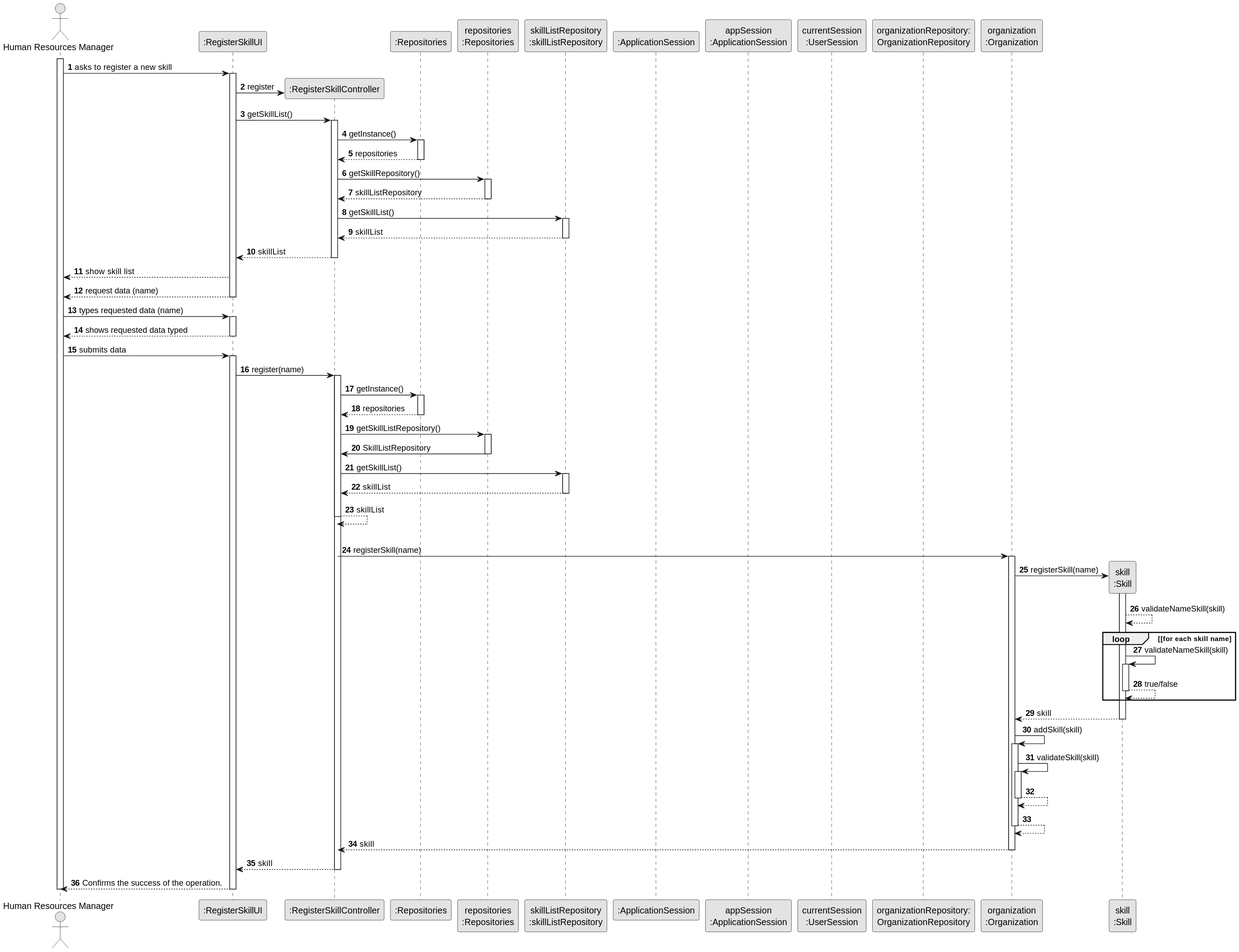
Above: docs/sprintB/us001/03.design/svg/us001-sequence-diagram-full.svg in SAEmanuel/Green_Spaces_Management_ISEP (PlantUML), before the change. The source it was exported from:
```plantuml
@startuml
skinparam monochrome true
skinparam packageStyle rectangle
skinparam shadowing false

autonumber

actor "Human Resources Manager" as HRM
participant ":RegisterSkillUI" as UI
participant ":RegisterSkillController" as CTRL
participant ":Repositories" as RepositorySingleton
participant "repositories\n:Repositories" as PLAT
participant "skillListRepository\n:skillListRepository" as skillRepository
participant ":ApplicationSession" as _APP
participant "appSession\n:ApplicationSession" as APP
participant "currentSession\n:UserSession" as SESSAO
participant "organizationRepository:\nOrganizationRepository" as OrganizationRepository
participant "organization\n:Organization" as ORG
participant "skill\n:Skill" as EMPREGO

activate HRM

        HRM -> UI : asks to register a new skill

        activate UI

            UI -> CTRL** : register

            UI -> CTRL : getSkillList()
            activate CTRL

                CTRL -> RepositorySingleton : getInstance()
                activate RepositorySingleton

                    RepositorySingleton --> CTRL: repositories
                deactivate RepositorySingleton

                CTRL -> PLAT : getSkillRepository()
                activate PLAT

                    PLAT --> CTRL: skillListRepository
                deactivate PLAT

                CTRL -> skillRepository : getSkillList()
                activate skillRepository

                    skillRepository --> CTRL : skillList
                deactivate skillRepository

                CTRL --> UI : skillList
            deactivate CTRL




            UI --> HRM : show skill list
            UI --> HRM : request data (name)
        deactivate UI


    HRM -> UI : types requested data (name)
    activate UI

        UI --> HRM : shows requested data typed
        deactivate UI

        HRM -> UI : submits data
            activate UI


            UI -> CTRL : register(name)
            activate CTRL

                activate CTRL

                    CTRL -> RepositorySingleton : getInstance()
                    activate RepositorySingleton

                        RepositorySingleton --> CTRL: repositories
                    deactivate RepositorySingleton

                    CTRL -> PLAT : getSkillListRepository()
                    activate PLAT

                        PLAT -> CTRL : SkillListRepository
                    deactivate PLAT

                    CTRL -> skillRepository : getSkillList()
                    activate skillRepository

                        skillRepository --> CTRL : skillList
                    deactivate skillRepository
                        CTRL --> CTRL : skillList
                deactivate CTRL

                |||
                CTRL -> ORG: registerSkill(name)
                activate ORG

                    ORG -> EMPREGO**: registerSkill(name)

                    activate EMPREGO
                        EMPREGO --> EMPREGO : validateNameSkill(skill)

                        loop [for each skill name
                          EMPREGO -> EMPREGO : validateNameSkill(skill)
                            activate EMPREGO

                                 EMPREGO --> EMPREGO : true/false
                            deactivate EMPREGO
                        end

                        EMPREGO --> ORG : skill
                    deactivate EMPREGO


                    ORG -> ORG: addSkill(skill)


                    activate ORG
                        ORG -> ORG: validateSkill(skill)
                        activate ORG
                            ORG --> ORG
                        deactivate ORG

                        ORG --> ORG
                    deactivate ORG

                    ORG --> CTRL : skill

                deactivate ORG

                CTRL --> UI: skill
                deactivate CTRL
                UI --> HRM: Confirms the success of the operation.
        deactivate UI
    deactivate HRM
@enduml
```
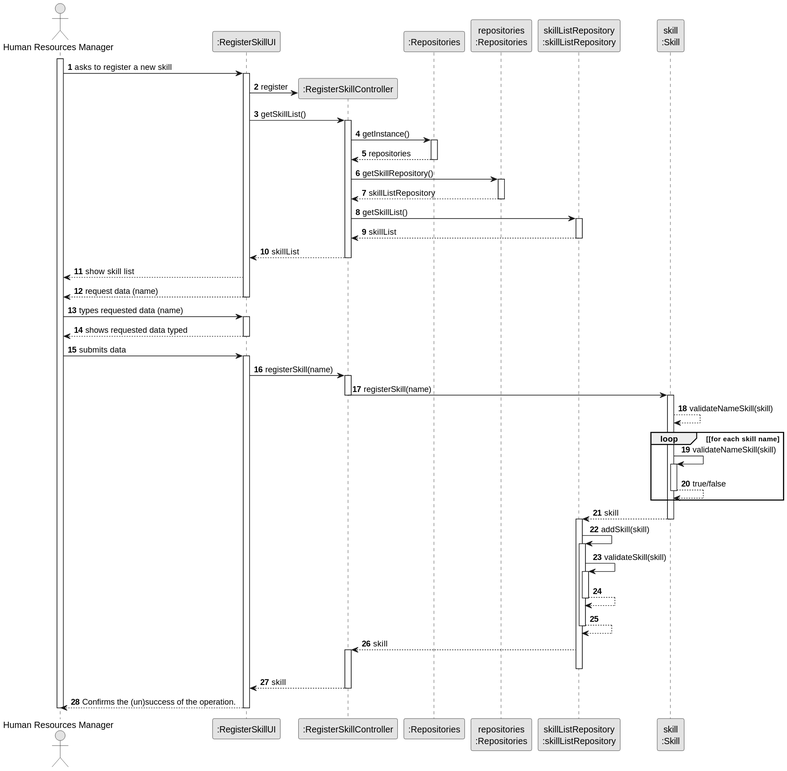
The same diagram one commit later.

Commit message:
US001 - design (split- register skill) v2.2.0

What changed in the source:
```diff
@@ -11,11 +11,6 @@
 participant ":Repositories" as RepositorySingleton
 participant "repositories\n:Repositories" as PLAT
 participant "skillListRepository\n:skillListRepository" as skillRepository
-participant ":ApplicationSession" as _APP
-participant "appSession\n:ApplicationSession" as APP
-participant "currentSession\n:UserSession" as SESSAO
-participant "organizationRepository:\nOrganizationRepository" as OrganizationRepository
-participant "organization\n:Organization" as ORG
 participant "skill\n:Skill" as EMPREGO
 
 activate HRM
@@ -68,36 +63,15 @@
             activate UI
 
 
-            UI -> CTRL : register(name)
+            UI -> CTRL : registerSkill(name)
             activate CTRL
 
-                activate CTRL
 
-                    CTRL -> RepositorySingleton : getInstance()
-                    activate RepositorySingleton
-
-                        RepositorySingleton --> CTRL: repositories
-                    deactivate RepositorySingleton
-
-                    CTRL -> PLAT : getSkillListRepository()
-                    activate PLAT
-
-                        PLAT -> CTRL : SkillListRepository
-                    deactivate PLAT
-
-                    CTRL -> skillRepository : getSkillList()
-                    activate skillRepository
-
-                        skillRepository --> CTRL : skillList
-                    deactivate skillRepository
-                        CTRL --> CTRL : skillList
+                CTRL -> EMPREGO: registerSkill(name)
                 deactivate CTRL
 
-                |||
-                CTRL -> ORG: registerSkill(name)
-                activate ORG
 
-                    ORG -> EMPREGO**: registerSkill(name)
+
 
                     activate EMPREGO
                         EMPREGO --> EMPREGO : validateNameSkill(skill)
@@ -110,29 +84,32 @@
                             deactivate EMPREGO
                         end
 
-                        EMPREGO --> ORG : skill
+
+                        EMPREGO --> skillRepository : skill
                     deactivate EMPREGO
 
+                    activate skillRepository
 
-                    ORG -> ORG: addSkill(skill)
+                    skillRepository -> skillRepository: addSkill(skill)
 
 
-                    activate ORG
-                        ORG -> ORG: validateSkill(skill)
-                        activate ORG
-                            ORG --> ORG
-                        deactivate ORG
+                    activate skillRepository
+                        skillRepository -> skillRepository: validateSkill(skill)
+                        activate skillRepository
+                            skillRepository --> skillRepository
+                        deactivate skillRepository
 
-                        ORG --> ORG
-                    deactivate ORG
+                        skillRepository --> skillRepository
+                    deactivate skillRepository
 
-                    ORG --> CTRL : skill
+                    skillRepository --> CTRL : skill
+                     activate CTRL
 
-                deactivate ORG
+                deactivate skillRepository
 
                 CTRL --> UI: skill
                 deactivate CTRL
-                UI --> HRM: Confirms the success of the operation.
+                UI --> HRM: Confirms the (un)success of the operation.
         deactivate UI
     deactivate HRM
 @enduml
```
